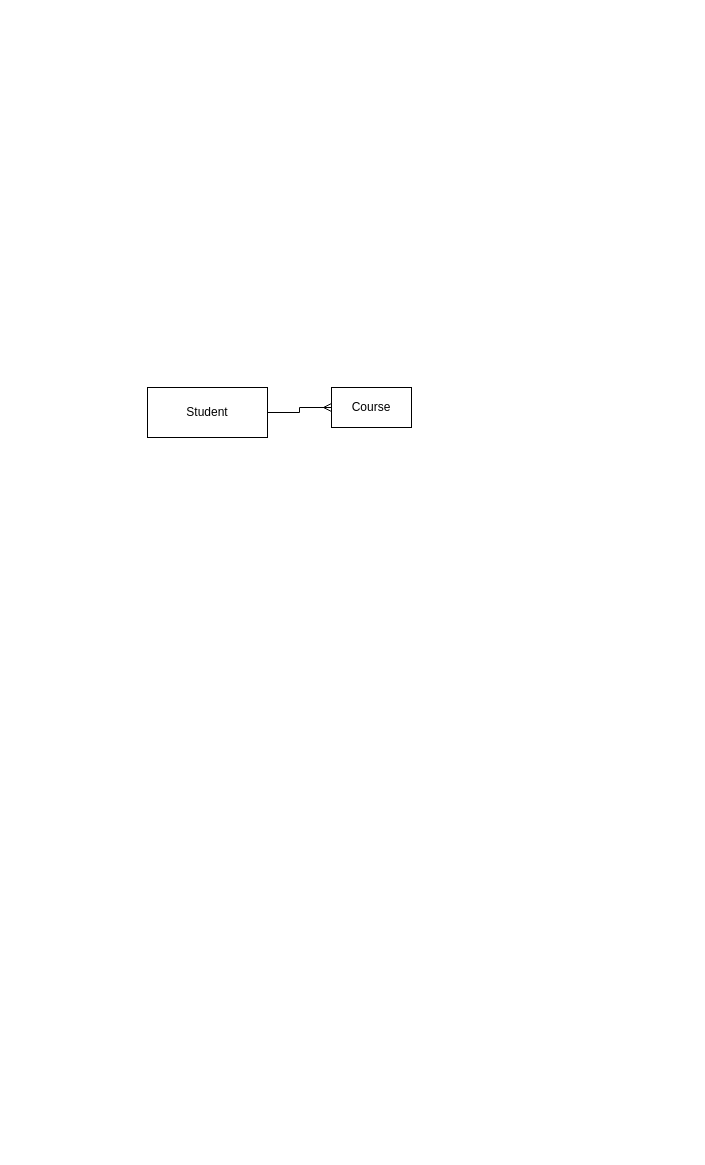
adam-filinger/FileMaster keeps this draw.io diagram as colleage_planer.drawio. Above is the earlier version. Source tidied: cells renumbered, new cells numbered last; positions are measured from the earlier drawing's top-left corner, leaving out a move shared by most shapes. Both pictures are drawn from the tidied source at 100%, with x=0, y=0 at pixel (147, 387).
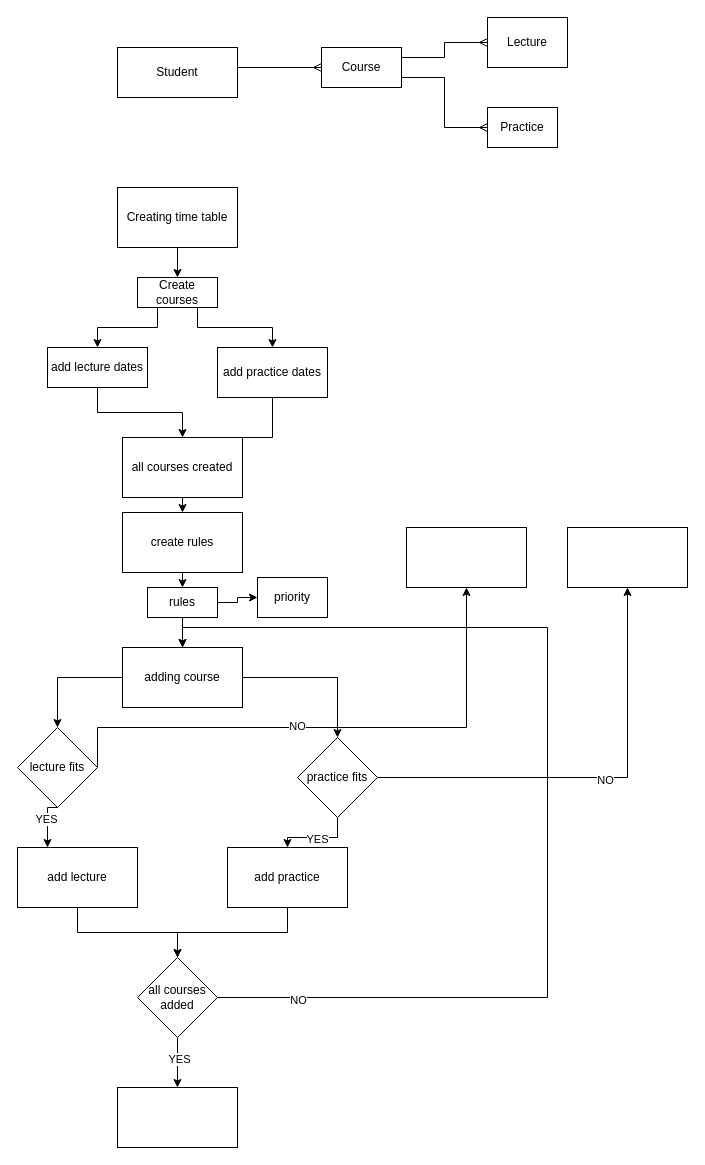
The same page after the edit.

The edit, as a diff of the source:
```diff
@@
-    <mxCell id="2" style="edgeStyle=orthogonalEdgeStyle;rounded=0;jettySize=auto;html=1;exitX=1;exitY=0.5;exitDx=0;exitDy=0;entryX=0;entryY=0.5;entryDx=0;entryDy=0;endArrow=ERmany;endFill=0;" parent="1" edge="1" source="4" target="5">
-      <mxGeometry relative="1" as="geometry" />
+    <mxCell id="2" style="edgeStyle=orthogonalEdgeStyle;rounded=0;jettySize=auto;html=1;exitX=1;exitY=0.5;exitDx=0;exitDy=0;entryX=0;entryY=0.5;entryDx=0;entryDy=0;endArrow=ERmany;endFill=0;flowAnimation=0;" parent="1" edge="1" source="4" target="5">
+      <mxGeometry relative="1" as="geometry">
+        <Array as="points">
+          <mxPoint x="80" y="-315" />
+          <mxPoint x="80" y="-320" />
+        </Array>
+      </mxGeometry>
     </mxCell>
@@
     <mxCell id="4" value="Student" style="rounded=0;whiteSpace=wrap;html=1;" parent="1" vertex="1">
-      <mxGeometry width="120" height="50" as="geometry" />
+      <mxGeometry x="-30" y="-340" width="120" height="50" as="geometry" />
     </mxCell>
+    <mxCell id="6" style="edgeStyle=orthogonalEdgeStyle;rounded=0;jettySize=auto;html=1;exitX=1;exitY=0.25;exitDx=0;exitDy=0;entryX=0;entryY=0.5;entryDx=0;entryDy=0;endArrow=ERmany;endFill=0;" parent="1" edge="1" source="5" target="8">
+      <mxGeometry relative="1" as="geometry" />
+    </mxCell>
+    <mxCell id="7" style="edgeStyle=orthogonalEdgeStyle;rounded=0;jettySize=auto;html=1;exitX=1;exitY=0.75;exitDx=0;exitDy=0;entryX=0;entryY=0.5;entryDx=0;entryDy=0;endArrow=ERmany;endFill=0;" parent="1" edge="1" source="5" target="9">
+      <mxGeometry relative="1" as="geometry" />
+    </mxCell>
     <mxCell id="5" value="Course" style="rounded=0;whiteSpace=wrap;html=1;" parent="1" vertex="1">
-      <mxGeometry x="184" width="80" height="40" as="geometry" />
+      <mxGeometry x="174" y="-340" width="80" height="40" as="geometry" />
     </mxCell>
+    <mxCell id="8" value="Lecture" style="rounded=0;whiteSpace=wrap;html=1;" parent="1" vertex="1">
+      <mxGeometry x="340" y="-370" width="80" height="50" as="geometry" />
+    </mxCell>
+    <mxCell id="9" value="Practice" style="rounded=0;whiteSpace=wrap;html=1;" parent="1" vertex="1">
+      <mxGeometry x="340" y="-280" width="70" height="40" as="geometry" />
+    </mxCell>
+    <mxCell id="10" style="edgeStyle=orthogonalEdgeStyle;rounded=0;jettySize=auto;html=1;exitX=0.5;exitY=1;exitDx=0;exitDy=0;entryX=0.5;entryY=0;entryDx=0;entryDy=0;" parent="1" edge="1" source="11" target="14">
+      <mxGeometry relative="1" as="geometry" />
+    </mxCell>
+    <mxCell id="11" value="Creating time table" style="rounded=0;whiteSpace=wrap;html=1;" parent="1" vertex="1">
+      <mxGeometry x="-30" y="-200" width="120" height="60" as="geometry" />
+    </mxCell>
+    <mxCell id="12" style="edgeStyle=orthogonalEdgeStyle;rounded=0;jettySize=auto;html=1;exitX=0.25;exitY=1;exitDx=0;exitDy=0;" parent="1" edge="1" source="14" target="16">
+      <mxGeometry relative="1" as="geometry" />
+    </mxCell>
+    <mxCell id="13" style="edgeStyle=orthogonalEdgeStyle;rounded=0;jettySize=auto;html=1;exitX=0.75;exitY=1;exitDx=0;exitDy=0;" parent="1" edge="1" source="14" target="18">
+      <mxGeometry relative="1" as="geometry" />
+    </mxCell>
+    <mxCell id="14" value="Create courses" style="rounded=0;whiteSpace=wrap;html=1;" parent="1" vertex="1">
+      <mxGeometry x="-10" y="-110" width="80" height="30" as="geometry" />
+    </mxCell>
+    <mxCell id="15" style="edgeStyle=orthogonalEdgeStyle;rounded=0;jettySize=auto;html=1;exitX=0.5;exitY=1;exitDx=0;exitDy=0;entryX=0.5;entryY=0;entryDx=0;entryDy=0;" parent="1" edge="1" source="16" target="20">
+      <mxGeometry relative="1" as="geometry" />
+    </mxCell>
+    <mxCell id="16" value="add lecture dates" style="rounded=0;whiteSpace=wrap;html=1;" parent="1" vertex="1">
+      <mxGeometry x="-100" y="-40" width="100" height="40" as="geometry" />
+    </mxCell>
+    <mxCell id="17" style="edgeStyle=orthogonalEdgeStyle;rounded=0;jettySize=auto;html=1;exitX=0.5;exitY=1;exitDx=0;exitDy=0;" parent="1" edge="1" source="18">
+      <mxGeometry relative="1" as="geometry">
+        <mxPoint x="40" y="90" as="targetPoint" />
+      </mxGeometry>
+    </mxCell>
+    <mxCell id="18" value="add practice dates" style="rounded=0;whiteSpace=wrap;html=1;" parent="1" vertex="1">
+      <mxGeometry x="70" y="-40" width="110" height="50" as="geometry" />
+    </mxCell>
+    <mxCell id="19" style="edgeStyle=orthogonalEdgeStyle;rounded=0;jettySize=auto;html=1;exitX=0.5;exitY=1;exitDx=0;exitDy=0;entryX=0.5;entryY=0;entryDx=0;entryDy=0;" parent="1" edge="1" source="20" target="22">
+      <mxGeometry relative="1" as="geometry" />
+    </mxCell>
+    <mxCell id="20" value="&lt;div&gt;all courses created&lt;/div&gt;" style="rounded=0;whiteSpace=wrap;html=1;" parent="1" vertex="1">
+      <mxGeometry x="-25" y="50" width="120" height="60" as="geometry" />
+    </mxCell>
+    <mxCell id="21" style="edgeStyle=orthogonalEdgeStyle;rounded=0;jettySize=auto;html=1;exitX=0.5;exitY=1;exitDx=0;exitDy=0;entryX=0.5;entryY=0;entryDx=0;entryDy=0;" parent="1" edge="1" source="22" target="25">
+      <mxGeometry relative="1" as="geometry" />
+    </mxCell>
+    <mxCell id="22" value="create rules" style="rounded=0;whiteSpace=wrap;html=1;" parent="1" vertex="1">
+      <mxGeometry x="-25" y="125" width="120" height="60" as="geometry" />
+    </mxCell>
+    <mxCell id="23" style="edgeStyle=orthogonalEdgeStyle;rounded=0;jettySize=auto;html=1;exitX=1;exitY=0.5;exitDx=0;exitDy=0;entryX=0;entryY=0.5;entryDx=0;entryDy=0;" parent="1" edge="1" source="25" target="26">
+      <mxGeometry relative="1" as="geometry" />
+    </mxCell>
+    <mxCell id="24" style="edgeStyle=orthogonalEdgeStyle;rounded=0;jettySize=auto;html=1;exitX=0.5;exitY=1;exitDx=0;exitDy=0;entryX=0.5;entryY=0;entryDx=0;entryDy=0;" parent="1" edge="1" source="25" target="29">
+      <mxGeometry relative="1" as="geometry" />
+    </mxCell>
+    <mxCell id="25" value="rules" style="rounded=0;whiteSpace=wrap;html=1;" parent="1" vertex="1">
+      <mxGeometry y="200" width="70" height="30" as="geometry" />
+    </mxCell>
+    <mxCell id="26" value="priority" style="rounded=0;whiteSpace=wrap;html=1;" parent="1" vertex="1">
+      <mxGeometry x="110" y="190" width="70" height="40" as="geometry" />
+    </mxCell>
+    <mxCell id="27" style="edgeStyle=orthogonalEdgeStyle;rounded=0;jettySize=auto;html=1;" parent="1" edge="1" source="29" target="34">
+      <mxGeometry relative="1" as="geometry" />
+    </mxCell>
+    <mxCell id="28" style="edgeStyle=orthogonalEdgeStyle;rounded=0;jettySize=auto;html=1;" parent="1" edge="1" source="29" target="42">
+      <mxGeometry relative="1" as="geometry" />
+    </mxCell>
+    <mxCell id="29" value="adding course" style="rounded=0;whiteSpace=wrap;html=1;" parent="1" vertex="1">
+      <mxGeometry x="-25" y="260" width="120" height="60" as="geometry" />
+    </mxCell>
+    <mxCell id="30" style="edgeStyle=orthogonalEdgeStyle;rounded=0;jettySize=auto;html=1;exitX=0.5;exitY=1;exitDx=0;exitDy=0;" parent="1" edge="1" source="34" target="36">
+      <mxGeometry relative="1" as="geometry">
+        <Array as="points">
+          <mxPoint x="-100" y="420" />
+          <mxPoint x="-100" y="460" />
+          <mxPoint x="-30" y="460" />
+        </Array>
+      </mxGeometry>
+    </mxCell>
+    <mxCell id="31" value="YES" style="edgeLabel;html=1;align=center;verticalAlign=middle;" parent="30" vertex="1">
+      <mxGeometry x="-0.16" y="-2" relative="1" as="geometry" />
+    </mxCell>
+    <mxCell id="32" style="edgeStyle=orthogonalEdgeStyle;rounded=0;jettySize=auto;html=1;exitX=1;exitY=0.5;exitDx=0;exitDy=0;" parent="1" edge="1" source="34" target="37">
+      <mxGeometry relative="1" as="geometry">
+        <Array as="points">
+          <mxPoint x="-50" y="340" />
+          <mxPoint x="319" y="340" />
+        </Array>
+      </mxGeometry>
+    </mxCell>
+    <mxCell id="33" value="NO" style="edgeLabel;html=1;align=center;verticalAlign=middle;" parent="32" vertex="1">
+      <mxGeometry x="-0.13" y="2" relative="1" as="geometry" />
+    </mxCell>
+    <mxCell id="34" value="lecture fits" style="rhombus;whiteSpace=wrap;html=1;rounded=0;" parent="1" vertex="1">
+      <mxGeometry x="-130" y="340" width="80" height="80" as="geometry" />
+    </mxCell>
+    <mxCell id="35" style="edgeStyle=orthogonalEdgeStyle;rounded=0;jettySize=auto;html=1;exitX=0.5;exitY=1;exitDx=0;exitDy=0;entryX=0.5;entryY=0;entryDx=0;entryDy=0;" parent="1" edge="1" source="36" target="50">
+      <mxGeometry relative="1" as="geometry" />
+    </mxCell>
+    <mxCell id="36" value="add lecture" style="whiteSpace=wrap;html=1;rounded=0;" parent="1" vertex="1">
+      <mxGeometry x="-130" y="460" width="120" height="60" as="geometry" />
+    </mxCell>
+    <mxCell id="37" style="whiteSpace=wrap;html=1;rounded=0;" parent="1" vertex="1">
+      <mxGeometry x="259" y="140" width="120" height="60" as="geometry" />
+    </mxCell>
+    <mxCell id="38" style="edgeStyle=orthogonalEdgeStyle;rounded=0;jettySize=auto;html=1;" parent="1" edge="1" source="42" target="44">
+      <mxGeometry relative="1" as="geometry" />
+    </mxCell>
+    <mxCell id="39" value="YES" style="edgeLabel;html=1;align=center;verticalAlign=middle;" parent="38" vertex="1">
+      <mxGeometry x="0.03" y="1" relative="1" as="geometry" />
+    </mxCell>
+    <mxCell id="40" style="edgeStyle=orthogonalEdgeStyle;rounded=0;jettySize=auto;html=1;" parent="1" edge="1" source="42" target="45">
+      <mxGeometry relative="1" as="geometry" />
+    </mxCell>
+    <mxCell id="41" value="NO" style="edgeLabel;html=1;align=center;verticalAlign=middle;" parent="40" vertex="1">
+      <mxGeometry x="0.03" y="-2" relative="1" as="geometry" />
+    </mxCell>
+    <mxCell id="42" value="practice fits" style="rhombus;whiteSpace=wrap;html=1;rounded=0;" parent="1" vertex="1">
+      <mxGeometry x="150" y="350" width="80" height="80" as="geometry" />
+    </mxCell>
+    <mxCell id="43" style="edgeStyle=orthogonalEdgeStyle;rounded=0;jettySize=auto;html=1;exitX=0.5;exitY=1;exitDx=0;exitDy=0;entryX=0.5;entryY=0;entryDx=0;entryDy=0;" parent="1" edge="1" source="44" target="50">
+      <mxGeometry relative="1" as="geometry" />
+    </mxCell>
+    <mxCell id="44" value="add practice" style="whiteSpace=wrap;html=1;rounded=0;" parent="1" vertex="1">
+      <mxGeometry x="80" y="460" width="120" height="60" as="geometry" />
+    </mxCell>
+    <mxCell id="45" style="whiteSpace=wrap;html=1;rounded=0;" parent="1" vertex="1">
+      <mxGeometry x="420" y="140" width="120" height="60" as="geometry" />
+    </mxCell>
+    <mxCell id="46" style="edgeStyle=orthogonalEdgeStyle;rounded=0;jettySize=auto;html=1;exitX=1;exitY=0.5;exitDx=0;exitDy=0;entryX=0.5;entryY=0;entryDx=0;entryDy=0;" parent="1" edge="1" source="50" target="29">
+      <mxGeometry relative="1" as="geometry">
+        <Array as="points">
+          <mxPoint x="400" y="610" />
+          <mxPoint x="400" y="240" />
+          <mxPoint x="35" y="240" />
+        </Array>
+      </mxGeometry>
+    </mxCell>
+    <mxCell id="47" value="NO" style="edgeLabel;html=1;align=center;verticalAlign=middle;" parent="46" vertex="1">
+      <mxGeometry x="-0.19" y="-2" relative="1" as="geometry">
+        <mxPoint x="-252" y="111" as="offset" />
+      </mxGeometry>
+    </mxCell>
+    <mxCell id="48" style="edgeStyle=orthogonalEdgeStyle;rounded=0;jettySize=auto;html=1;exitX=0.5;exitY=1;exitDx=0;exitDy=0;entryX=0.5;entryY=0;entryDx=0;entryDy=0;" parent="1" edge="1" source="50" target="51">
+      <mxGeometry relative="1" as="geometry" />
+    </mxCell>
+    <mxCell id="49" value="YES" style="edgeLabel;html=1;align=center;verticalAlign=middle;" parent="48" vertex="1">
+      <mxGeometry x="-0.16" y="1" relative="1" as="geometry" />
+    </mxCell>
+    <mxCell id="50" value="all courses added" style="rhombus;whiteSpace=wrap;html=1;" parent="1" vertex="1">
+      <mxGeometry x="-10" y="570" width="80" height="80" as="geometry" />
+    </mxCell>
+    <mxCell id="51" style="rounded=0;whiteSpace=wrap;html=1;" parent="1" vertex="1">
+      <mxGeometry x="-30" y="700" width="120" height="60" as="geometry" />
+    </mxCell>
```
